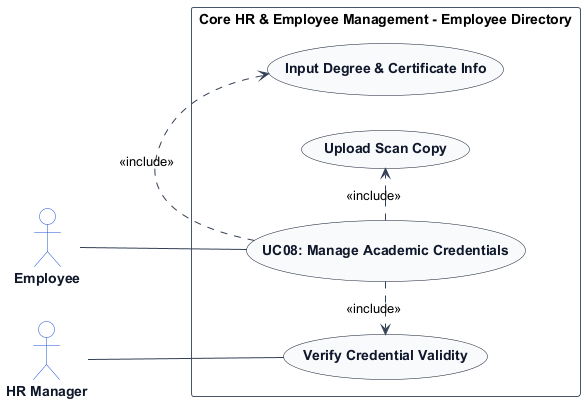
TamBui1706/HRPlatform keeps this PlantUML diagram as usecase_images/module_01_core_hr/UC08.png. Above is the earlier version. Source of this version:
```plantuml
@startuml
left to right direction
skinparam shadowing false
skinparam packageStyle rectangle
skinparam actorStyle stickman

skinparam ArrowColor #334155
skinparam ActorBorderColor #1d4ed8
skinparam ActorBackgroundColor #ffffff
skinparam ActorFontColor #0f172a
skinparam ActorFontStyle bold

skinparam UsecaseBorderColor #0f172a
skinparam UsecaseBackgroundColor #f8fafc
skinparam UsecaseFontColor #0f172a
skinparam UsecaseFontStyle bold

skinparam RectangleBorderColor #475569
skinparam RectangleBackgroundColor #ffffff

actor "Employee" as Employee
actor "HR Manager" as HRManager

rectangle "Core HR & Employee Management - Employee Directory" {
    usecase "UC08: Manage Academic Credentials" as UC_Main
    usecase "Input Degree & Certificate Info" as UC_InputCred
    usecase "Upload Scan Copy" as UC_UploadFile
    usecase "Verify Credential Validity" as UC_VerifyCred

    Employee -- UC_Main
    HRManager -- UC_VerifyCred
    UC_Main .> UC_InputCred : <<include>>
    UC_Main .> UC_UploadFile : <<include>>
    UC_Main .> UC_VerifyCred : <<include>>
}
@enduml
```
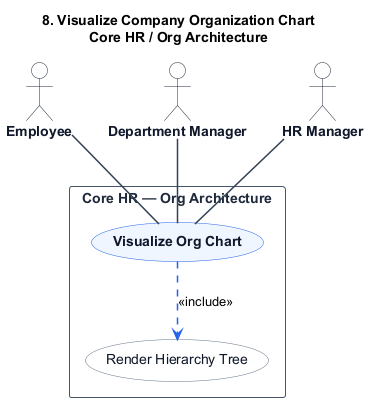
The same file after the commit.

What changed in the source:
```diff
@@ -1,36 +1,61 @@
 @startuml
-left to right direction
+title 8. Visualize Company Organization Chart\nCore HR / Org Architecture
+
 skinparam shadowing false
 skinparam packageStyle rectangle
 skinparam actorStyle stickman
 
-skinparam ArrowColor #334155
-skinparam ActorBorderColor #1d4ed8
+hide stereotype
+
+skinparam ActorBorderColor #1e293b
 skinparam ActorBackgroundColor #ffffff
 skinparam ActorFontColor #0f172a
 skinparam ActorFontStyle bold
 
-skinparam UsecaseBorderColor #0f172a
-skinparam UsecaseBackgroundColor #f8fafc
-skinparam UsecaseFontColor #0f172a
-skinparam UsecaseFontStyle bold
-
 skinparam RectangleBorderColor #475569
 skinparam RectangleBackgroundColor #ffffff
+skinparam RectangleFontColor #1e293b
+skinparam RectangleFontStyle bold
+
+skinparam ArrowColor #334155
+skinparam ArrowThickness 1.5
+
+skinparam usecase {
+    BackgroundColor #eff6ff
+    BorderColor #2563eb
+    FontColor #0f172a
+    FontStyle bold
+}
+
+skinparam usecase<<Inc>> {
+    BackgroundColor #ffffff
+    BorderColor #64748b
+    FontColor #0f172a
+    FontStyle normal
+}
+
+skinparam usecase<<Ext>> {
+    BackgroundColor #fffbeb
+    BorderColor #d97706
+    FontColor #0f172a
+    FontStyle normal
+}
 
 actor "Employee" as Employee
+actor "Department Manager" as DepartmentManager
 actor "HR Manager" as HRManager
 
-rectangle "Core HR & Employee Management - Employee Directory" {
-    usecase "UC08: Manage Academic Credentials" as UC_Main
-    usecase "Input Degree & Certificate Info" as UC_InputCred
-    usecase "Upload Scan Copy" as UC_UploadFile
-    usecase "Verify Credential Validity" as UC_VerifyCred
+rectangle "Core HR — Org Architecture" {
+    usecase "Visualize Org Chart" as UC_Main
+
+    usecase "Render Hierarchy Tree" as UC_Inc1 <<Inc>>
+
 
     Employee -- UC_Main
-    HRManager -- UC_VerifyCred
-    UC_Main .> UC_InputCred : <<include>>
-    UC_Main .> UC_UploadFile : <<include>>
-    UC_Main .> UC_VerifyCred : <<include>>
+    DepartmentManager -- UC_Main
+    HRManager -- UC_Main
+
+    UC_Main .[#2563eb].> UC_Inc1 : <<include>>
+
 }
 @enduml
```
